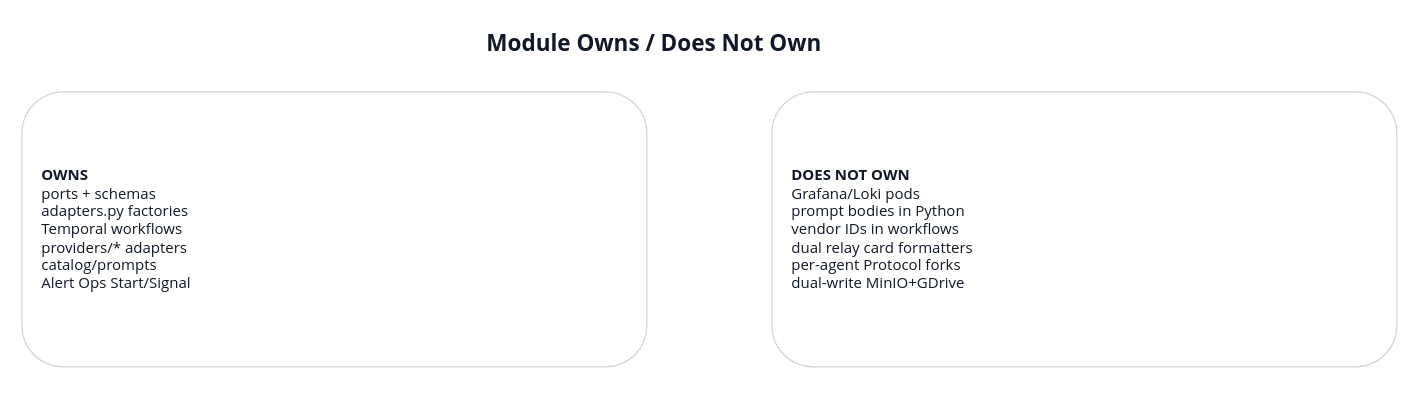
Earlier version of the draw.io diagram page "Module Owns / Not" (2 of 9) of docs/agent-platform/agent-platform.drawio (AM-Portfolio/am-agents). Source tidied: cells renumbered, new cells numbered last; positions are measured from the earlier drawing's top-left corner, leaving out a move shared by most shapes. Both pictures are drawn from the tidied source at 125%, with x=0, y=0 at pixel (21, 21).
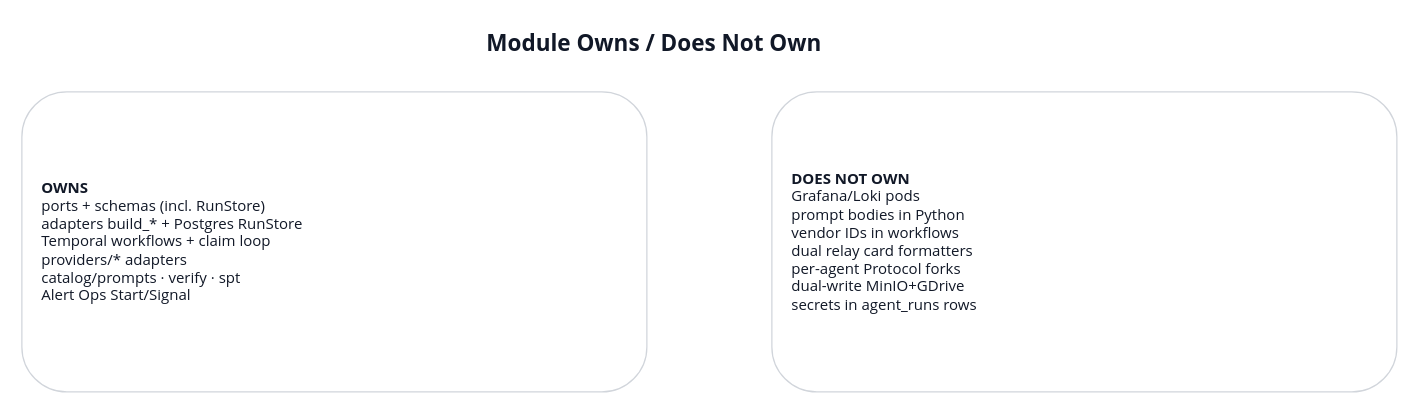
Above is the later version.

Commit message (it also covers changes not shown here):
docs: update agent platform design and documentation for RunStore integration

Diff of the diagram source:
```diff
@@
 <mxGraphModel background="#FFFFFF">
   <root>
     <mxCell id="0" />
     <mxCell id="1" parent="0" />
     <mxCell id="2" value="&lt;b&gt;Module Owns / Does Not Own&lt;/b&gt;" style="text;html=1;fontSize=18;fontColor=#111827;fontFamily=Segoe UI;" parent="1" vertex="1">
       <mxGeometry x="370" width="400" height="30" as="geometry" />
     </mxCell>
-    <mxCell id="3" value="&lt;b&gt;OWNS&lt;/b&gt;&lt;br&gt;ports + schemas&lt;br&gt;adapters.py factories&lt;br&gt;Temporal workflows&lt;br&gt;providers/* adapters&lt;br&gt;catalog/prompts&lt;br&gt;Alert Ops Start/Signal" style="rounded=1;whiteSpace=wrap;html=1;align=left;spacingLeft=14;fillColor=#FFFFFF;strokeColor=#D1D5DB;fontColor=#111827;fontFamily=Segoe UI;" parent="1" vertex="1">
-      <mxGeometry y="56" width="500" height="220" as="geometry" />
+    <mxCell id="3" value="&lt;b&gt;OWNS&lt;/b&gt;&lt;br&gt;ports + schemas (incl. RunStore)&lt;br&gt;adapters build_* + Postgres RunStore&lt;br&gt;Temporal workflows + claim loop&lt;br&gt;providers/* adapters&lt;br&gt;catalog/prompts · verify · spt&lt;br&gt;Alert Ops Start/Signal" style="rounded=1;whiteSpace=wrap;html=1;align=left;spacingLeft=14;fillColor=#FFFFFF;strokeColor=#D1D5DB;fontColor=#111827;fontFamily=Segoe UI;" parent="1" vertex="1">
+      <mxGeometry y="56" width="500" height="240" as="geometry" />
     </mxCell>
-    <mxCell id="4" value="&lt;b&gt;DOES NOT OWN&lt;/b&gt;&lt;br&gt;Grafana/Loki pods&lt;br&gt;prompt bodies in Python&lt;br&gt;vendor IDs in workflows&lt;br&gt;dual relay card formatters&lt;br&gt;per-agent Protocol forks&lt;br&gt;dual-write MinIO+GDrive" style="rounded=1;whiteSpace=wrap;html=1;align=left;spacingLeft=14;fillColor=#FFFFFF;strokeColor=#D1D5DB;fontColor=#111827;fontFamily=Segoe UI;" parent="1" vertex="1">
-      <mxGeometry x="600" y="56" width="500" height="220" as="geometry" />
+    <mxCell id="4" value="&lt;b&gt;DOES NOT OWN&lt;/b&gt;&lt;br&gt;Grafana/Loki pods&lt;br&gt;prompt bodies in Python&lt;br&gt;vendor IDs in workflows&lt;br&gt;dual relay card formatters&lt;br&gt;per-agent Protocol forks&lt;br&gt;dual-write MinIO+GDrive&lt;br&gt;secrets in agent_runs rows" style="rounded=1;whiteSpace=wrap;html=1;align=left;spacingLeft=14;fillColor=#FFFFFF;strokeColor=#D1D5DB;fontColor=#111827;fontFamily=Segoe UI;" parent="1" vertex="1">
+      <mxGeometry x="600" y="56" width="500" height="240" as="geometry" />
     </mxCell>
   </root>
 </mxGraphModel>
```
